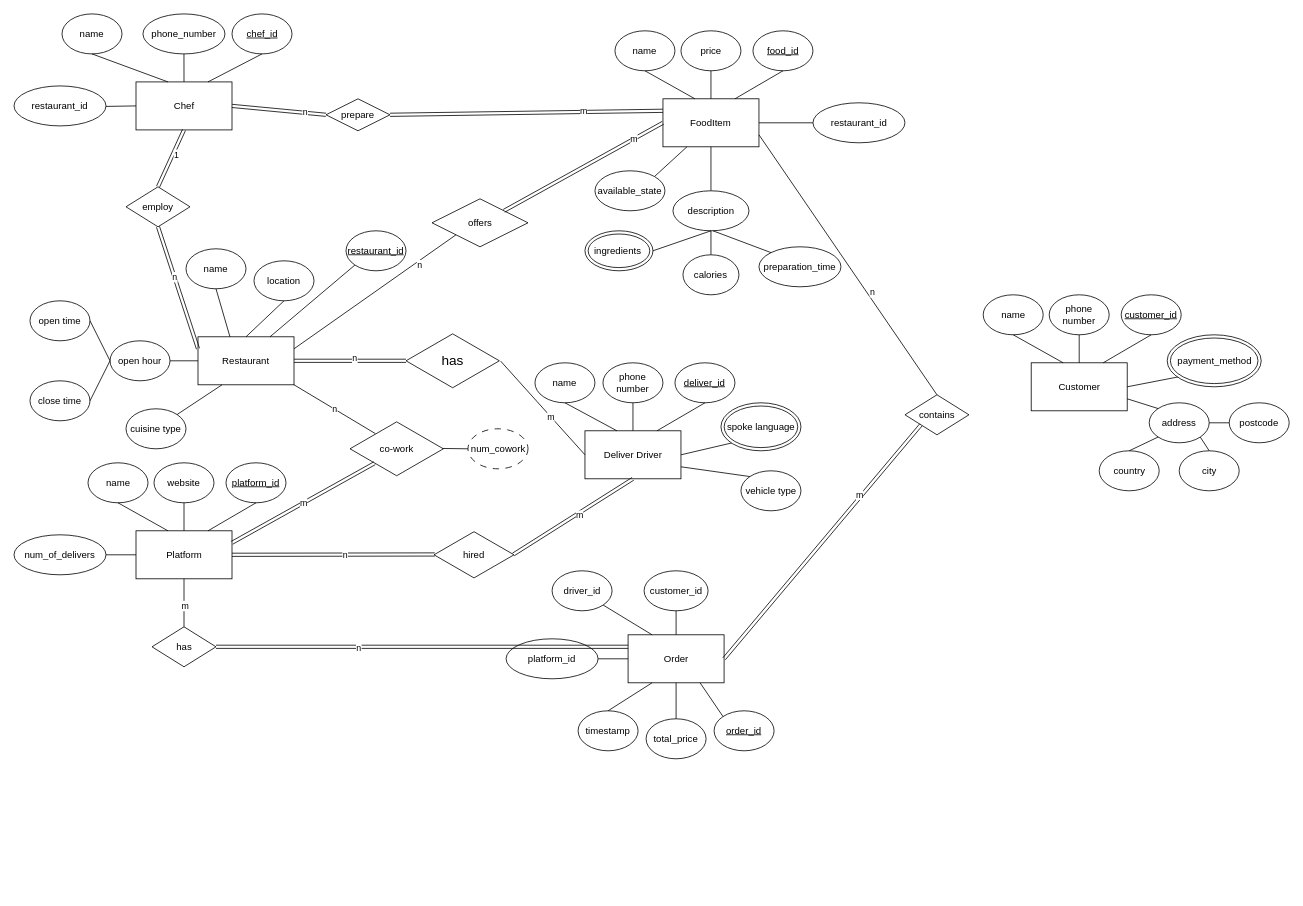
MutianLiu110/JavaEESampleProject keeps this draw.io diagram as img/assignment1.drawio. Above is the earlier version. Source tidied: cells renumbered, new cells numbered last; positions are measured from the earlier drawing's top-left corner, leaving out a move shared by most shapes. Both pictures are drawn from the tidied source at 80%, with x=0, y=0 at pixel (14, 14).
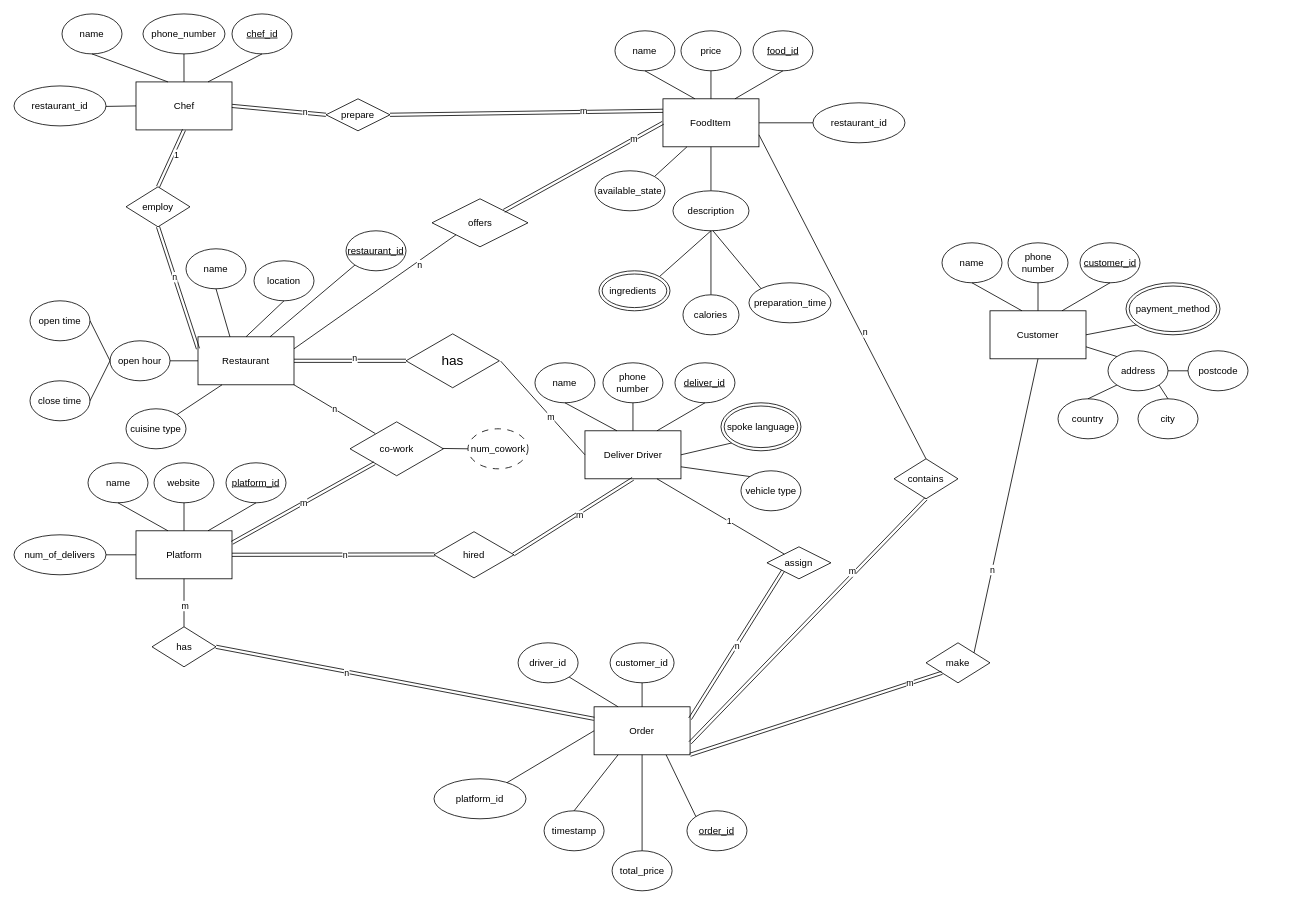
The same diagram, later.

The change refers to these unchanged cells:
```xml
<mxCell id="17" value="Deliver Driver" style="rounded=0;whiteSpace=wrap;html=1;" parent="1" vertex="1">
  <mxGeometry x="713.7" y="521" width="120" height="60" as="geometry" />
</mxCell>
<mxCell id="94" value="description" style="ellipse;whiteSpace=wrap;html=1;" parent="1" vertex="1">
  <mxGeometry x="823.7" y="221" width="95" height="50" as="geometry" />
</mxCell>
```

Diff of the diagram source:
```diff
@@
     <mxCell id="28" value="Customer" style="rounded=0;whiteSpace=wrap;html=1;" parent="1" vertex="1">
-      <mxGeometry x="1271.5" y="436" width="120" height="60" as="geometry" />
+      <mxGeometry x="1220" y="371" width="120" height="60" as="geometry" />
     </mxCell>
     <mxCell id="29" value="&lt;u&gt;customer_id&lt;/u&gt;" style="ellipse;whiteSpace=wrap;html=1;" parent="1" vertex="1">
-      <mxGeometry x="1384" y="351" width="75" height="50" as="geometry" />
+      <mxGeometry x="1332.5" y="286" width="75" height="50" as="geometry" />
     </mxCell>
@@
     <mxCell id="31" value="name" style="ellipse;whiteSpace=wrap;html=1;" parent="1" vertex="1">
-      <mxGeometry x="1211.5" y="351" width="75" height="50" as="geometry" />
+      <mxGeometry x="1160" y="286" width="75" height="50" as="geometry" />
     </mxCell>
     <mxCell id="32" value="phone number" style="ellipse;whiteSpace=wrap;html=1;" parent="1" vertex="1">
-      <mxGeometry x="1294" y="351" width="75" height="50" as="geometry" />
+      <mxGeometry x="1242.5" y="286" width="75" height="50" as="geometry" />
     </mxCell>
@@
     <mxCell id="36" value="address" style="ellipse;whiteSpace=wrap;html=1;" parent="1" vertex="1">
-      <mxGeometry x="1419" y="486" width="75" height="50" as="geometry" />
+      <mxGeometry x="1367.5" y="421" width="75" height="50" as="geometry" />
     </mxCell>
@@
     <mxCell id="38" value="payment_method" style="ellipse;shape=doubleEllipse;whiteSpace=wrap;html=1;" parent="1" vertex="1">
-      <mxGeometry x="1441.5" y="401" width="117.5" height="65" as="geometry" />
+      <mxGeometry x="1390" y="336" width="117.5" height="65" as="geometry" />
     </mxCell>
     <mxCell id="39" value="country" style="ellipse;whiteSpace=wrap;html=1;" parent="1" vertex="1">
-      <mxGeometry x="1356.5" y="546" width="75" height="50" as="geometry" />
+      <mxGeometry x="1305" y="481" width="75" height="50" as="geometry" />
     </mxCell>
     <mxCell id="40" value="city" style="ellipse;whiteSpace=wrap;html=1;" parent="1" vertex="1">
-      <mxGeometry x="1456.5" y="546" width="75" height="50" as="geometry" />
+      <mxGeometry x="1405" y="481" width="75" height="50" as="geometry" />
     </mxCell>
     <mxCell id="41" value="postcode" style="ellipse;whiteSpace=wrap;html=1;" parent="1" vertex="1">
-      <mxGeometry x="1519" y="486" width="75" height="50" as="geometry" />
+      <mxGeometry x="1467.5" y="421" width="75" height="50" as="geometry" />
     </mxCell>
@@
     <mxCell id="54" value="Order" style="rounded=0;whiteSpace=wrap;html=1;" parent="1" vertex="1">
-      <mxGeometry x="767.6" y="776" width="120" height="60" as="geometry" />
+      <mxGeometry x="725.1" y="866" width="120" height="60" as="geometry" />
     </mxCell>
     <mxCell id="55" value="&lt;u&gt;order_id&lt;/u&gt;" style="ellipse;whiteSpace=wrap;html=1;" parent="1" vertex="1">
-      <mxGeometry x="875.1" y="871" width="75" height="50" as="geometry" />
+      <mxGeometry x="841.2" y="996" width="75" height="50" as="geometry" />
     </mxCell>
@@
     <mxCell id="57" value="timestamp" style="ellipse;whiteSpace=wrap;html=1;" parent="1" vertex="1">
-      <mxGeometry x="705.1" y="871" width="75" height="50" as="geometry" />
+      <mxGeometry x="662.6" y="996" width="75" height="50" as="geometry" />
     </mxCell>
     <mxCell id="58" value="total_price" style="ellipse;whiteSpace=wrap;html=1;" parent="1" vertex="1">
-      <mxGeometry x="790.1" y="881" width="75" height="50" as="geometry" />
+      <mxGeometry x="747.6" y="1046" width="75" height="50" as="geometry" />
     </mxCell>
@@
     <mxCell id="61" value="platform_id" style="ellipse;whiteSpace=wrap;html=1;" parent="1" vertex="1">
-      <mxGeometry x="615.1" y="781" width="115" height="50" as="geometry" />
+      <mxGeometry x="525" y="956" width="115" height="50" as="geometry" />
     </mxCell>
@@
-    <mxCell id="95" style="endArrow=none;html=1;rounded=0;entryX=0.5;entryY=1;entryDx=0;entryDy=0;exitX=1;exitY=0.5;exitDx=0;exitDy=0;" parent="1" edge="1" source="96" target="94">
+    <mxCell id="95" style="endArrow=none;html=1;rounded=0;entryX=0.5;entryY=1;entryDx=0;entryDy=0;exitX=1;exitY=0;exitDx=0;exitDy=0;" parent="1" edge="1" source="96" target="94">
       <mxGeometry relative="1" as="geometry" />
     </mxCell>
     <mxCell id="96" value="ingredients&amp;nbsp;" style="ellipse;shape=doubleEllipse;whiteSpace=wrap;html=1;" parent="1" vertex="1">
-      <mxGeometry x="713.7" y="271" width="85" height="50" as="geometry" />
+      <mxGeometry x="731.2" y="321" width="88.8" height="50" as="geometry" />
     </mxCell>
@@
     <mxCell id="98" value="calories" style="ellipse;whiteSpace=wrap;html=1;" parent="1" vertex="1">
-      <mxGeometry x="836.2" y="301" width="70" height="50" as="geometry" />
+      <mxGeometry x="836.2" y="351" width="70" height="50" as="geometry" />
     </mxCell>
@@
     <mxCell id="100" value="preparation_time" style="ellipse;whiteSpace=wrap;html=1;" parent="1" vertex="1">
-      <mxGeometry x="931.2" y="291" width="102.5" height="50" as="geometry" />
+      <mxGeometry x="918.7" y="336" width="102.5" height="50" as="geometry" />
     </mxCell>
@@
     <mxCell id="107" value="driver_id" style="ellipse;whiteSpace=wrap;html=1;" parent="1" vertex="1">
-      <mxGeometry x="672.6" y="696" width="75" height="50" as="geometry" />
+      <mxGeometry x="630.1" y="786" width="75" height="50" as="geometry" />
     </mxCell>
     <mxCell id="108" value="customer_id" style="ellipse;whiteSpace=wrap;html=1;" parent="1" vertex="1">
-      <mxGeometry x="787.6" y="696" width="80" height="50" as="geometry" />
+      <mxGeometry x="745.1" y="786" width="80" height="50" as="geometry" />
     </mxCell>
@@
     <mxCell id="121" value="contains" style="rhombus;whiteSpace=wrap;html=1;" parent="1" vertex="1">
-      <mxGeometry x="1113.7" y="476" width="80" height="50" as="geometry" />
+      <mxGeometry x="1100" y="556" width="80" height="50" as="geometry" />
     </mxCell>
-    <mxCell id="122" style="endArrow=none;html=1;rounded=0;exitX=1;exitY=0.5;exitDx=0;exitDy=0;entryX=0;entryY=1;entryDx=0;entryDy=0;shape=link;" parent="1" edge="1" source="54" target="121">
+    <mxCell id="122" style="endArrow=none;html=1;rounded=0;exitX=1;exitY=0.75;exitDx=0;exitDy=0;entryX=0.5;entryY=1;entryDx=0;entryDy=0;shape=link;" parent="1" edge="1" source="54" target="121">
       <mxGeometry relative="1" as="geometry" />
     </mxCell>
@@
+    <mxCell id="136" value="assign" style="rhombus;whiteSpace=wrap;html=1;" parent="1" vertex="1">
+      <mxGeometry x="941.2" y="666" width="80" height="40" as="geometry" />
+    </mxCell>
+    <mxCell id="137" style="endArrow=none;html=1;rounded=0;exitX=0.75;exitY=1;exitDx=0;exitDy=0;" parent="1" edge="1" source="17" target="136">
+      <mxGeometry relative="1" as="geometry" />
+    </mxCell>
+    <mxCell id="138" value="1" style="edgeLabel;html=1;align=center;verticalAlign=middle;" parent="137" vertex="1">
+      <mxGeometry x="0.12" y="1" relative="1" as="geometry" />
+    </mxCell>
+    <mxCell id="139" style="endArrow=none;html=1;rounded=0;exitX=1;exitY=0.25;exitDx=0;exitDy=0;shape=link;entryX=0;entryY=1;entryDx=0;entryDy=0;" parent="1" edge="1" source="54" target="136">
+      <mxGeometry relative="1" as="geometry" />
+    </mxCell>
+    <mxCell id="140" value="n" style="edgeLabel;html=1;align=center;verticalAlign=middle;" parent="139" vertex="1">
+      <mxGeometry y="-1" relative="1" as="geometry" />
+    </mxCell>
+    <mxCell id="141" value="make" style="rhombus;whiteSpace=wrap;html=1;" parent="1" vertex="1">
+      <mxGeometry x="1140" y="786" width="80" height="50" as="geometry" />
+    </mxCell>
+    <mxCell id="142" style="endArrow=none;html=1;rounded=0;exitX=1;exitY=0;exitDx=0;exitDy=0;entryX=0.5;entryY=1;entryDx=0;entryDy=0;" parent="1" edge="1" source="141" target="28">
+      <mxGeometry relative="1" as="geometry" />
+    </mxCell>
+    <mxCell id="143" value="n" style="edgeLabel;html=1;align=center;verticalAlign=middle;" parent="142" vertex="1">
+      <mxGeometry x="-0.44" relative="1" as="geometry">
+        <mxPoint y="-1" as="offset" />
+      </mxGeometry>
+    </mxCell>
+    <mxCell id="144" style="endArrow=none;html=1;rounded=0;exitX=1;exitY=1;exitDx=0;exitDy=0;entryX=0;entryY=1;entryDx=0;entryDy=0;shape=link;" parent="1" edge="1" source="54" target="141">
+      <mxGeometry relative="1" as="geometry" />
+    </mxCell>
+    <mxCell id="145" value="m" style="edgeLabel;html=1;align=center;verticalAlign=middle;" parent="144" vertex="1">
+      <mxGeometry x="0.75" relative="1" as="geometry">
+        <mxPoint x="-1" as="offset" />
+      </mxGeometry>
+    </mxCell>
```
